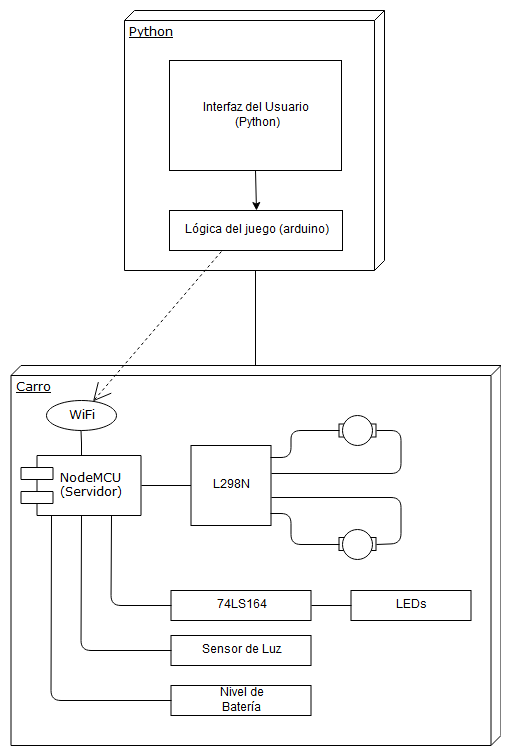
Before: Diagrama de modulo.png, a diagram exported from draw.io (SlimeVRS/Proyecto-II-Ahorro-de-Energ-a-y-Telemetr-a). Source tidied: cells renumbered, new cells last; positions are measured from the earlier drawing's top-left corner, leaving out a move shared by most shapes.
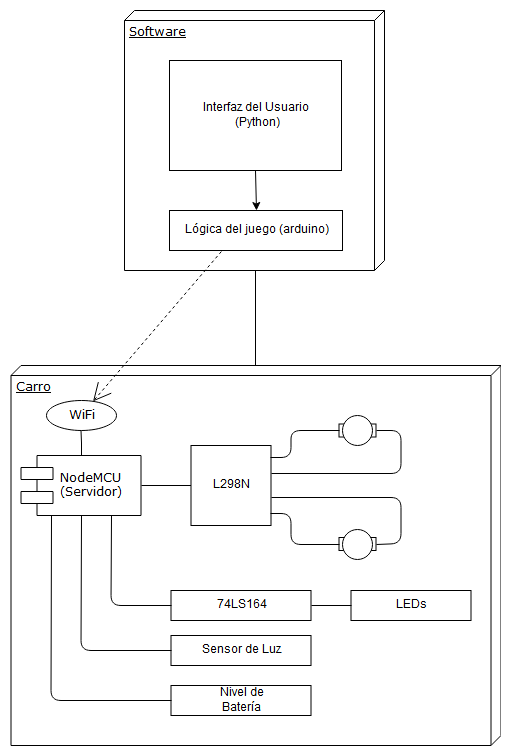
After the commit.

Diff of the diagram source:
```diff
@@ -5,7 +5,7 @@
     <mxCell id="2" value="Carro" style="verticalAlign=top;align=left;spacingTop=8;spacingLeft=2;spacingRight=12;shape=cube;size=10;direction=south;fontStyle=4;html=1;rounded=0;shadow=0;comic=0;labelBackgroundColor=none;strokeColor=#000000;strokeWidth=1;fillColor=#ffffff;fontFamily=Verdana;fontSize=12;fontColor=#000000;" parent="1" vertex="1">
       <mxGeometry x="0.5" y="355" width="490" height="380" as="geometry" />
     </mxCell>
-    <mxCell id="3" value="Python" style="verticalAlign=top;align=left;spacingTop=8;spacingLeft=2;spacingRight=12;shape=cube;size=10;direction=south;fontStyle=4;html=1;rounded=0;shadow=0;comic=0;labelBackgroundColor=none;strokeColor=#000000;strokeWidth=1;fillColor=#ffffff;fontFamily=Verdana;fontSize=12;fontColor=#000000;" parent="1" vertex="1">
+    <mxCell id="3" value="Software" style="verticalAlign=top;align=left;spacingTop=8;spacingLeft=2;spacingRight=12;shape=cube;size=10;direction=south;fontStyle=4;html=1;rounded=0;shadow=0;comic=0;labelBackgroundColor=none;strokeColor=#000000;strokeWidth=1;fillColor=#ffffff;fontFamily=Verdana;fontSize=12;fontColor=#000000;" parent="1" vertex="1">
       <mxGeometry x="114" width="260" height="260" as="geometry" />
     </mxCell>
     <mxCell id="4" value="&lt;div&gt;NodeMCU&lt;/div&gt;&lt;div&gt;(Servidor)&lt;br&gt;&lt;/div&gt;" style="shape=component;align=left;spacingLeft=36;rounded=0;shadow=0;comic=0;labelBackgroundColor=none;strokeColor=#000000;strokeWidth=1;fillColor=#ffffff;fontFamily=Verdana;fontSize=12;fontColor=#000000;html=1;" parent="1" vertex="1">
```
